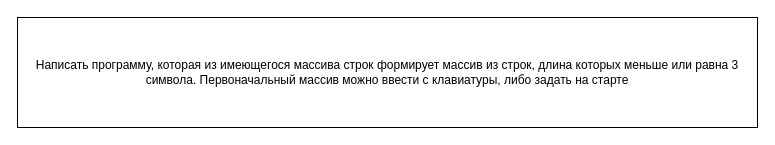
leru0411/examination-07.08.2022 keeps this draw.io diagram as exam.drawio. Above is the earlier version. Source tidied: cells renumbered, new cells numbered last; positions are measured from the earlier drawing's top-left corner, leaving out a move shared by most shapes. Both pictures are drawn from the tidied source at 100%, with x=0, y=0 at pixel (17, 17).
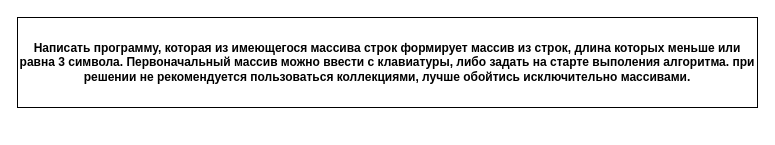
Above is the later version.

Commit message (it also covers changes not shown here):
added text in file exam

The edit, as a diff of the source:
```diff
@@
 <mxGraphModel>
   <root>
     <mxCell id="0" />
     <mxCell id="1" parent="0" />
-    <mxCell id="2" value="Написать программу, которая из имеющегося массива строк формирует массив из строк, длина которых меньше или равна 3 символа. Первоначальный массив можно ввести с клавиатуры, либо задать на старте" style="rounded=0;whiteSpace=wrap;html=1;" parent="1" vertex="1">
-      <mxGeometry width="740" height="110" as="geometry" />
+    <mxCell id="2" value="&lt;h4&gt;Написать программу, которая из имеющегося массива строк формирует массив из строк, длина которых меньше или равна 3 символа. Первоначальный массив можно ввести с клавиатуры, либо задать на старте выполения алгоритма. при решении не рекомендуется пользоваться коллекциями, лучше обойтись исключительно массивами.&lt;/h4&gt;" style="rounded=0;whiteSpace=wrap;html=1;" parent="1" vertex="1">
+      <mxGeometry width="740" height="90" as="geometry" />
     </mxCell>
   </root>
 </mxGraphModel>
```
